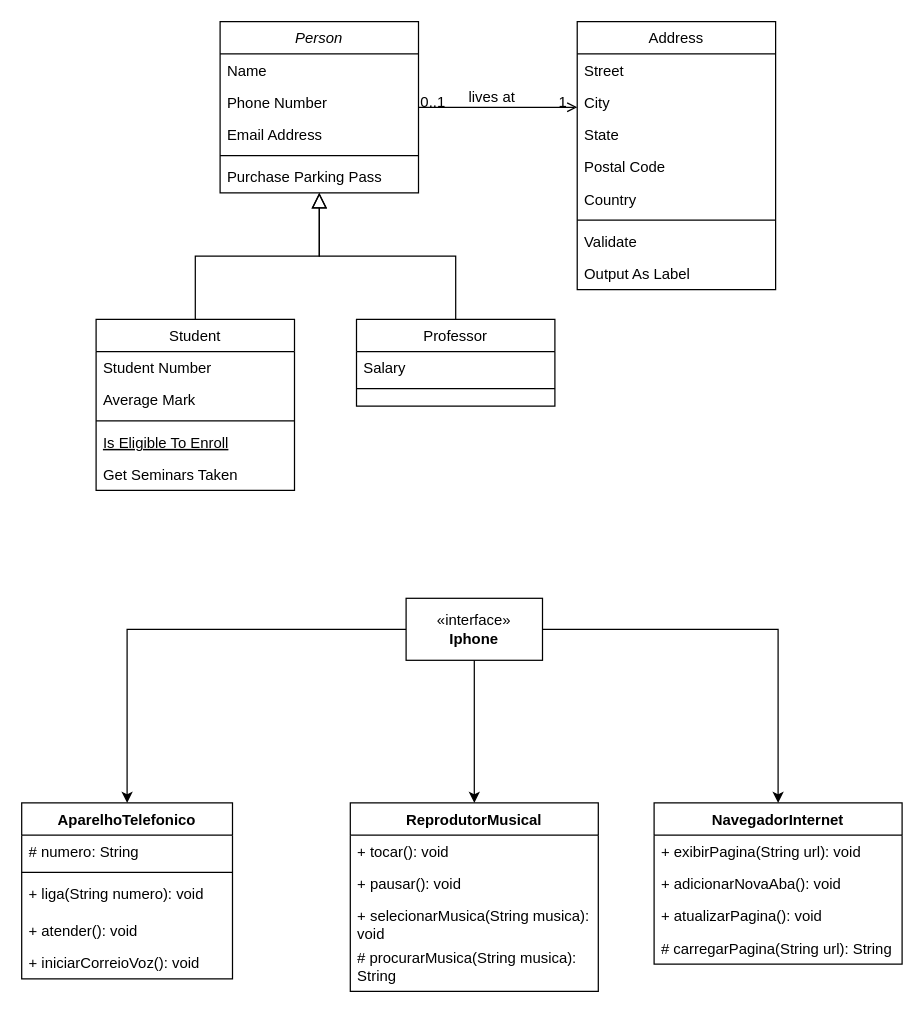
eujacksonsales/dio-desafio-java-basico keeps this draw.io diagram as Desafio-Iphone-Interface-UML/Diagrama sem nome.drawio. Above is the earlier version. Source tidied: cells renumbered, new cells numbered last; positions are measured from the earlier drawing's top-left corner, leaving out a move shared by most shapes. Both pictures are drawn from the tidied source at 124%, with x=0, y=0 at pixel (21, 21).
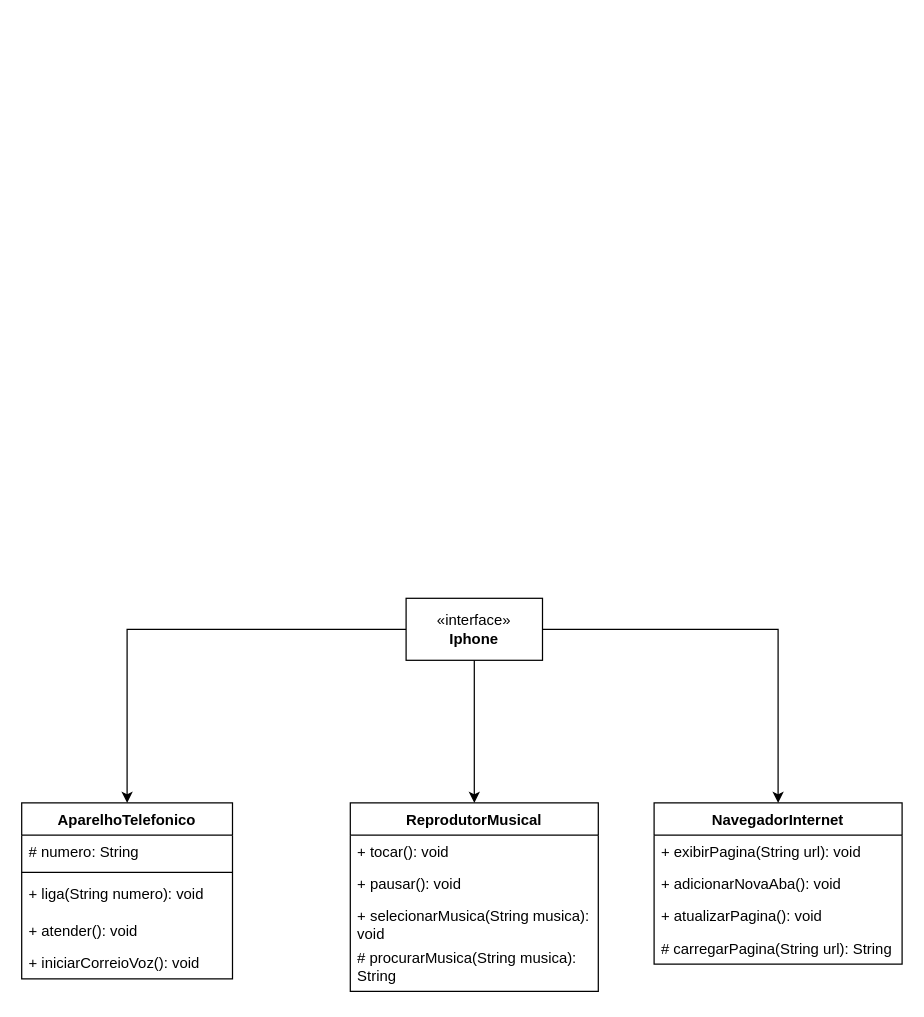
The same page after the edit.

Change to the diagram source:
```diff
@@
-    <mxCell id="2" value="Person" style="swimlane;fontStyle=2;align=center;verticalAlign=top;horizontal=1;startSize=26;rounded=0;shadow=0;strokeWidth=1;" parent="1" vertex="1">
-      <mxGeometry x="160" width="160" height="138" as="geometry" />
-    </mxCell>
-    <mxCell id="3" value="Name" style="text;align=left;verticalAlign=top;spacingLeft=4;spacingRight=4;overflow=hidden;" parent="2" vertex="1">
-      <mxGeometry y="26" width="160" height="26" as="geometry" />
-    </mxCell>
-    <mxCell id="4" value="Phone Number" style="text;align=left;verticalAlign=top;spacingLeft=4;spacingRight=4;overflow=hidden;rounded=0;shadow=0;html=0;" parent="2" vertex="1">
-      <mxGeometry y="52" width="160" height="26" as="geometry" />
-    </mxCell>
-    <mxCell id="5" value="Email Address" style="text;align=left;verticalAlign=top;spacingLeft=4;spacingRight=4;overflow=hidden;rounded=0;shadow=0;html=0;" parent="2" vertex="1">
-      <mxGeometry y="78" width="160" height="26" as="geometry" />
-    </mxCell>
-    <mxCell id="6" style="line;html=1;strokeWidth=1;align=left;verticalAlign=middle;spacingTop=-1;spacingLeft=3;spacingRight=3;labelPosition=right;" parent="2" vertex="1">
-      <mxGeometry y="104" width="160" height="8" as="geometry" />
-    </mxCell>
-    <mxCell id="7" value="Purchase Parking Pass" style="text;align=left;verticalAlign=top;spacingLeft=4;spacingRight=4;overflow=hidden;" parent="2" vertex="1">
-      <mxGeometry y="112" width="160" height="26" as="geometry" />
-    </mxCell>
-    <mxCell id="8" value="Student" style="swimlane;fontStyle=0;align=center;verticalAlign=top;horizontal=1;startSize=26;rounded=0;shadow=0;strokeWidth=1;" parent="1" vertex="1">
-      <mxGeometry x="60" y="240" width="160" height="138" as="geometry" />
-    </mxCell>
-    <mxCell id="9" value="Student Number" style="text;align=left;verticalAlign=top;spacingLeft=4;spacingRight=4;overflow=hidden;" parent="8" vertex="1">
-      <mxGeometry y="26" width="160" height="26" as="geometry" />
-    </mxCell>
-    <mxCell id="10" value="Average Mark" style="text;align=left;verticalAlign=top;spacingLeft=4;spacingRight=4;overflow=hidden;rounded=0;shadow=0;html=0;" parent="8" vertex="1">
-      <mxGeometry y="52" width="160" height="26" as="geometry" />
-    </mxCell>
-    <mxCell id="11" style="line;html=1;strokeWidth=1;align=left;verticalAlign=middle;spacingTop=-1;spacingLeft=3;spacingRight=3;labelPosition=right;" parent="8" vertex="1">
-      <mxGeometry y="78" width="160" height="8" as="geometry" />
-    </mxCell>
-    <mxCell id="12" value="Is Eligible To Enroll" style="text;align=left;verticalAlign=top;spacingLeft=4;spacingRight=4;overflow=hidden;fontStyle=4;" parent="8" vertex="1">
-      <mxGeometry y="86" width="160" height="26" as="geometry" />
-    </mxCell>
-    <mxCell id="13" value="Get Seminars Taken" style="text;align=left;verticalAlign=top;spacingLeft=4;spacingRight=4;overflow=hidden;" parent="8" vertex="1">
-      <mxGeometry y="112" width="160" height="26" as="geometry" />
-    </mxCell>
-    <mxCell id="14" style="endArrow=block;endSize=10;endFill=0;shadow=0;strokeWidth=1;rounded=0;curved=0;edgeStyle=elbowEdgeStyle;elbow=vertical;" parent="1" edge="1" source="8" target="2">
-      <mxGeometry relative="1" as="geometry" />
-    </mxCell>
-    <mxCell id="15" value="Professor" style="swimlane;fontStyle=0;align=center;verticalAlign=top;horizontal=1;startSize=26;rounded=0;shadow=0;strokeWidth=1;" parent="1" vertex="1">
-      <mxGeometry x="270" y="240" width="160" height="70" as="geometry" />
-    </mxCell>
-    <mxCell id="16" value="Salary" style="text;align=left;verticalAlign=top;spacingLeft=4;spacingRight=4;overflow=hidden;" parent="15" vertex="1">
-      <mxGeometry y="26" width="160" height="26" as="geometry" />
-    </mxCell>
-    <mxCell id="17" style="line;html=1;strokeWidth=1;align=left;verticalAlign=middle;spacingTop=-1;spacingLeft=3;spacingRight=3;labelPosition=right;" parent="15" vertex="1">
-      <mxGeometry y="52" width="160" height="8" as="geometry" />
-    </mxCell>
-    <mxCell id="18" style="endArrow=block;endSize=10;endFill=0;shadow=0;strokeWidth=1;rounded=0;curved=0;edgeStyle=elbowEdgeStyle;elbow=vertical;" parent="1" edge="1" source="15" target="2">
-      <mxGeometry relative="1" as="geometry" />
-    </mxCell>
-    <mxCell id="19" value="Address" style="swimlane;fontStyle=0;align=center;verticalAlign=top;horizontal=1;startSize=26;rounded=0;shadow=0;strokeWidth=1;" parent="1" vertex="1">
-      <mxGeometry x="448" width="160" height="216" as="geometry" />
-    </mxCell>
-    <mxCell id="20" value="Street" style="text;align=left;verticalAlign=top;spacingLeft=4;spacingRight=4;overflow=hidden;" parent="19" vertex="1">
-      <mxGeometry y="26" width="160" height="26" as="geometry" />
-    </mxCell>
-    <mxCell id="21" value="City" style="text;align=left;verticalAlign=top;spacingLeft=4;spacingRight=4;overflow=hidden;rounded=0;shadow=0;html=0;" parent="19" vertex="1">
-      <mxGeometry y="52" width="160" height="26" as="geometry" />
-    </mxCell>
-    <mxCell id="22" value="State" style="text;align=left;verticalAlign=top;spacingLeft=4;spacingRight=4;overflow=hidden;rounded=0;shadow=0;html=0;" parent="19" vertex="1">
-      <mxGeometry y="78" width="160" height="26" as="geometry" />
-    </mxCell>
-    <mxCell id="23" value="Postal Code" style="text;align=left;verticalAlign=top;spacingLeft=4;spacingRight=4;overflow=hidden;rounded=0;shadow=0;html=0;" parent="19" vertex="1">
-      <mxGeometry y="104" width="160" height="26" as="geometry" />
-    </mxCell>
-    <mxCell id="24" value="Country" style="text;align=left;verticalAlign=top;spacingLeft=4;spacingRight=4;overflow=hidden;rounded=0;shadow=0;html=0;" parent="19" vertex="1">
-      <mxGeometry y="130" width="160" height="26" as="geometry" />
-    </mxCell>
-    <mxCell id="25" style="line;html=1;strokeWidth=1;align=left;verticalAlign=middle;spacingTop=-1;spacingLeft=3;spacingRight=3;labelPosition=right;" parent="19" vertex="1">
-      <mxGeometry y="156" width="160" height="8" as="geometry" />
-    </mxCell>
-    <mxCell id="26" value="Validate" style="text;align=left;verticalAlign=top;spacingLeft=4;spacingRight=4;overflow=hidden;" parent="19" vertex="1">
-      <mxGeometry y="164" width="160" height="26" as="geometry" />
-    </mxCell>
-    <mxCell id="27" value="Output As Label" style="text;align=left;verticalAlign=top;spacingLeft=4;spacingRight=4;overflow=hidden;" parent="19" vertex="1">
-      <mxGeometry y="190" width="160" height="26" as="geometry" />
-    </mxCell>
-    <mxCell id="28" style="endArrow=open;shadow=0;strokeWidth=1;rounded=0;curved=0;endFill=1;edgeStyle=elbowEdgeStyle;elbow=vertical;" parent="1" edge="1" source="2" target="19">
-      <mxGeometry x="0.5" y="41" relative="1" as="geometry">
-        <mxPoint x="-40" y="32" as="offset" />
-      </mxGeometry>
-    </mxCell>
-    <mxCell id="29" value="0..1" style="align=left;verticalAlign=bottom;labelBackgroundColor=none;fontSize=12;" parent="28" vertex="1">
-      <mxGeometry x="-1" relative="1" as="geometry">
-        <mxPoint y="4" as="offset" />
-      </mxGeometry>
-    </mxCell>
-    <mxCell id="30" value="1" style="align=right;verticalAlign=bottom;labelBackgroundColor=none;fontSize=12;" parent="28" vertex="1">
-      <mxGeometry x="1" relative="1" as="geometry">
-        <mxPoint x="-7" y="4" as="offset" />
-      </mxGeometry>
-    </mxCell>
-    <mxCell id="31" value="lives at" style="text;html=1;align=center;verticalAlign=middle;labelBackgroundColor=none;rounded=0;shadow=0;strokeWidth=1;fontSize=12;" parent="28" vertex="1">
-      <mxGeometry x="0.5" y="49" relative="1" as="geometry">
-        <mxPoint x="-38" y="40" as="offset" />
-      </mxGeometry>
-    </mxCell>
```
